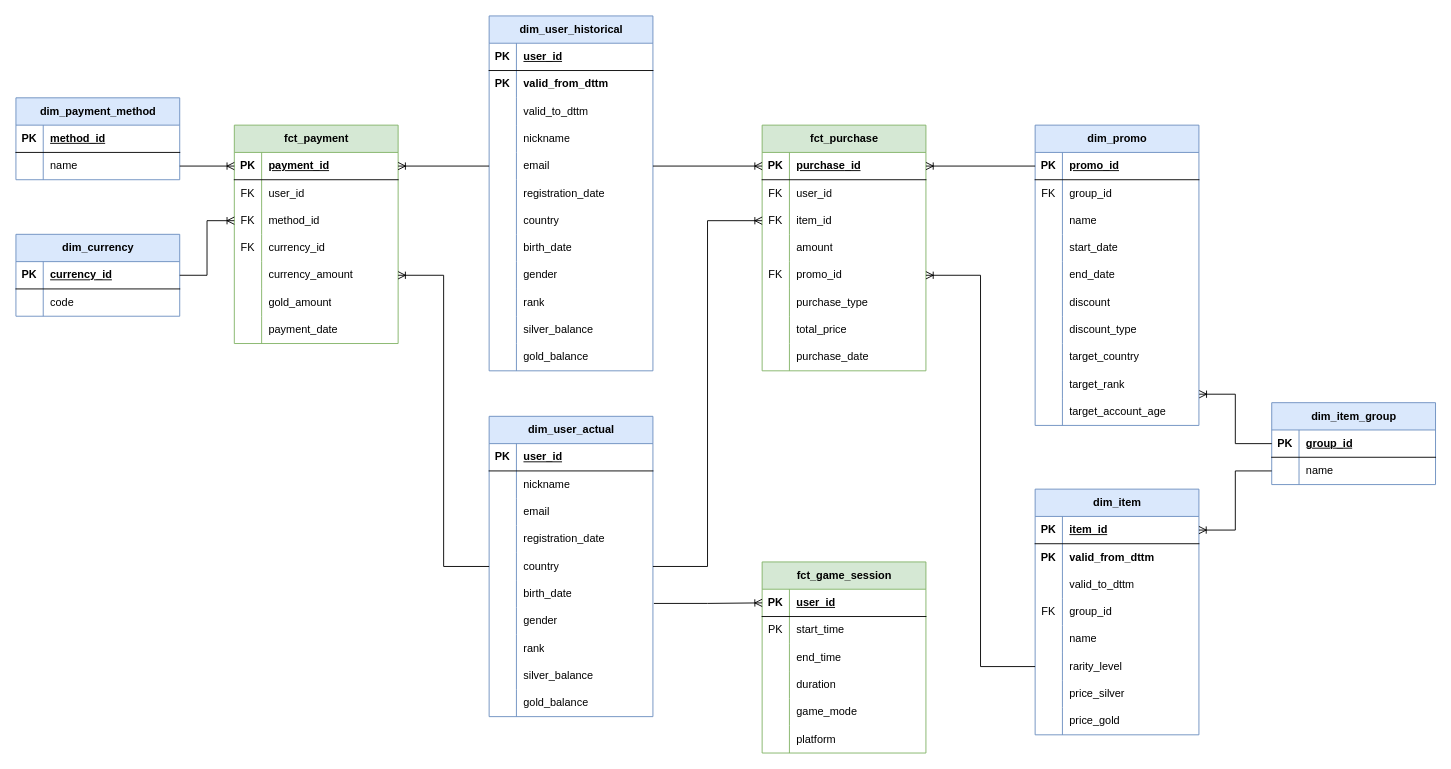
amerkurev/hde-43 keeps this draw.io diagram as projects/2_dwh/drawio/dim_model.drawio. Above is the earlier version. Source tidied: cells renumbered, new cells numbered last; positions are measured from the earlier drawing's top-left corner, leaving out a move shared by most shapes. Both pictures are drawn from the tidied source at 91%, with x=0, y=0 at pixel (15, 15).
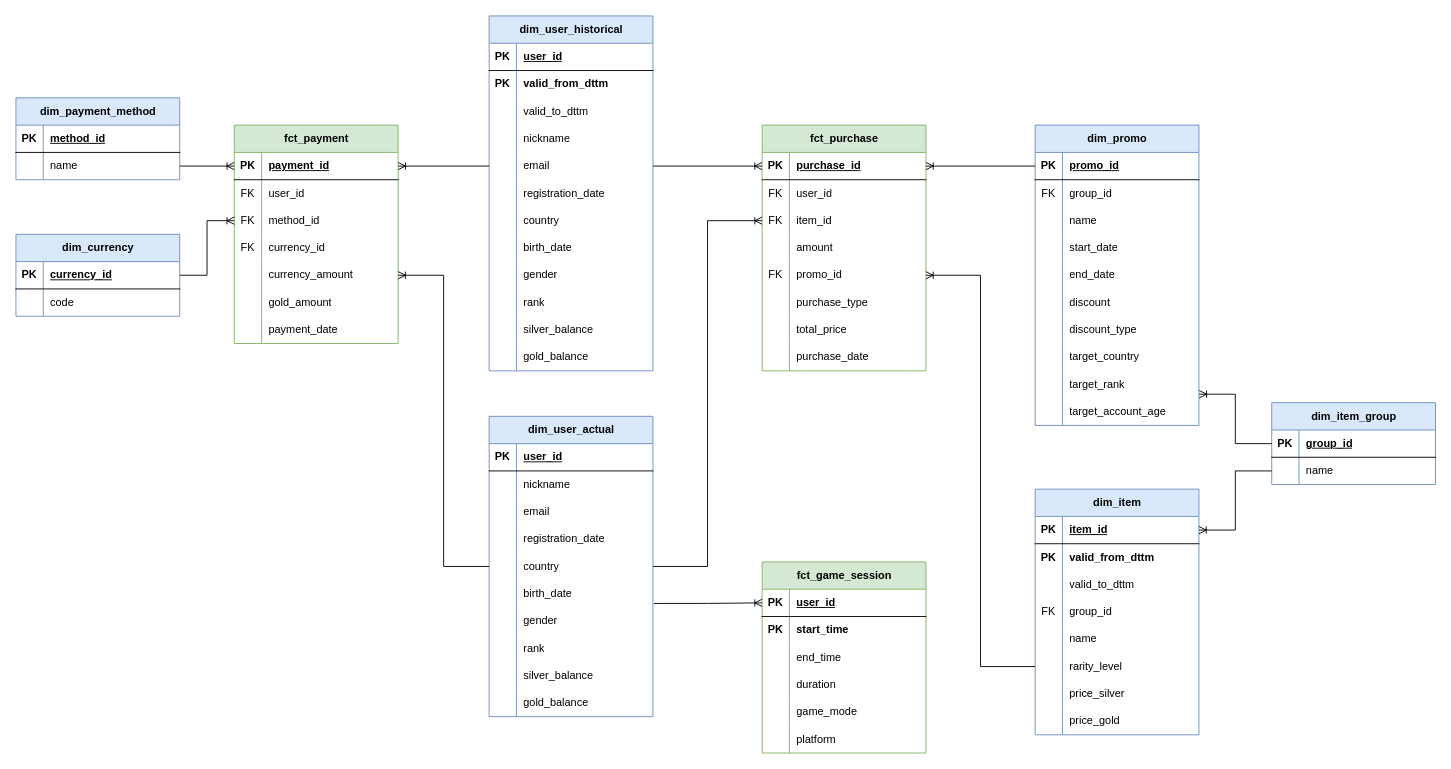
The same diagram, later.

Commit message (it also covers changes not shown here):
2_dwh: добавил схему Data Vault

Unchanged cells that the change refers to:
```xml
<mxCell id="190" style="shape=tableRow;horizontal=0;startSize=0;swimlaneHead=0;swimlaneBody=0;fillColor=none;top=0;left=0;right=0;bottom=0;" parent="186" vertex="1">
  <mxGeometry y="60" width="180" height="30" as="geometry" />
</mxCell>
```

What changed in the source:
```diff
@@
-    <mxCell id="191" value="PK" style="shape=partialRectangle;fillColor=none;top=0;left=0;bottom=0;right=0;overflow=hidden;whiteSpace=wrap;html=1;" parent="190" vertex="1">
+    <mxCell id="191" value="PK" style="shape=partialRectangle;fillColor=none;top=0;left=0;bottom=0;right=0;overflow=hidden;whiteSpace=wrap;html=1;fontStyle=1;" parent="190" vertex="1">
       <mxGeometry width="30" height="30" as="geometry" />
     </mxCell>
-    <mxCell id="192" value="start_time" style="shape=partialRectangle;fillColor=none;top=0;left=0;bottom=0;right=0;align=left;spacingLeft=6;overflow=hidden;whiteSpace=wrap;html=1;" parent="190" vertex="1">
+    <mxCell id="192" value="start_time" style="shape=partialRectangle;fillColor=none;top=0;left=0;bottom=0;right=0;align=left;spacingLeft=6;overflow=hidden;whiteSpace=wrap;html=1;fontStyle=1;" parent="190" vertex="1">
       <mxGeometry x="30" width="150" height="30" as="geometry" />
     </mxCell>
```
